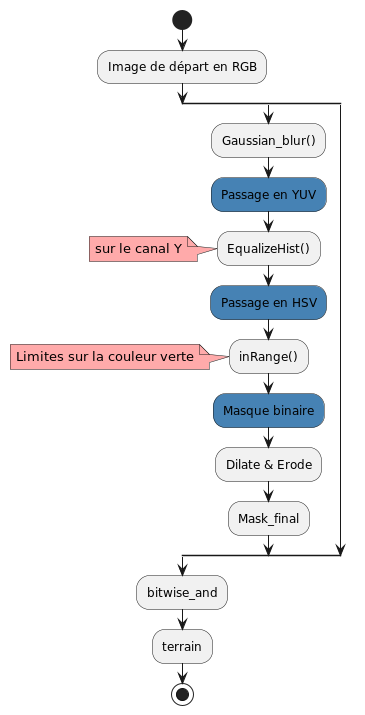
GuiFornes/field_detector keeps this PlantUML diagram as activite.png. Above is the earlier version.
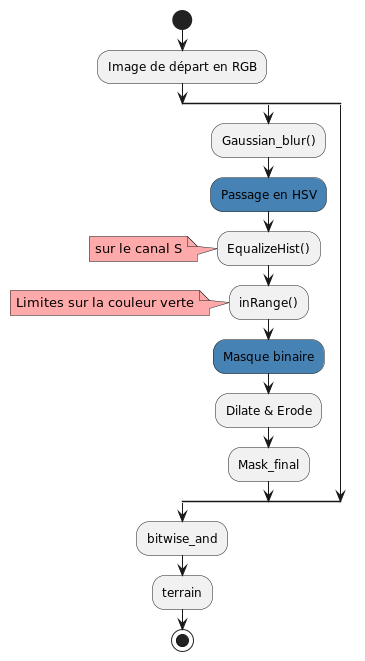
After the commit.

The edit, as a diff of the source:
```diff
@@ -3,10 +3,9 @@
 :Image de départ en RGB;
 split
     :Gaussian_blur();
-    #SteelBlue:Passage en YUV;
+    #SteelBlue:Passage en HSV;
     :EqualizeHist();
-note left #FFAAAA: sur le canal Y
-    #SteelBlue:Passage en HSV;
+note left #FFAAAA: sur le canal S
     :inRange();
 note left #FFAAAA: Limites sur la couleur verte
     #SteelBlue:Masque binaire;
```
